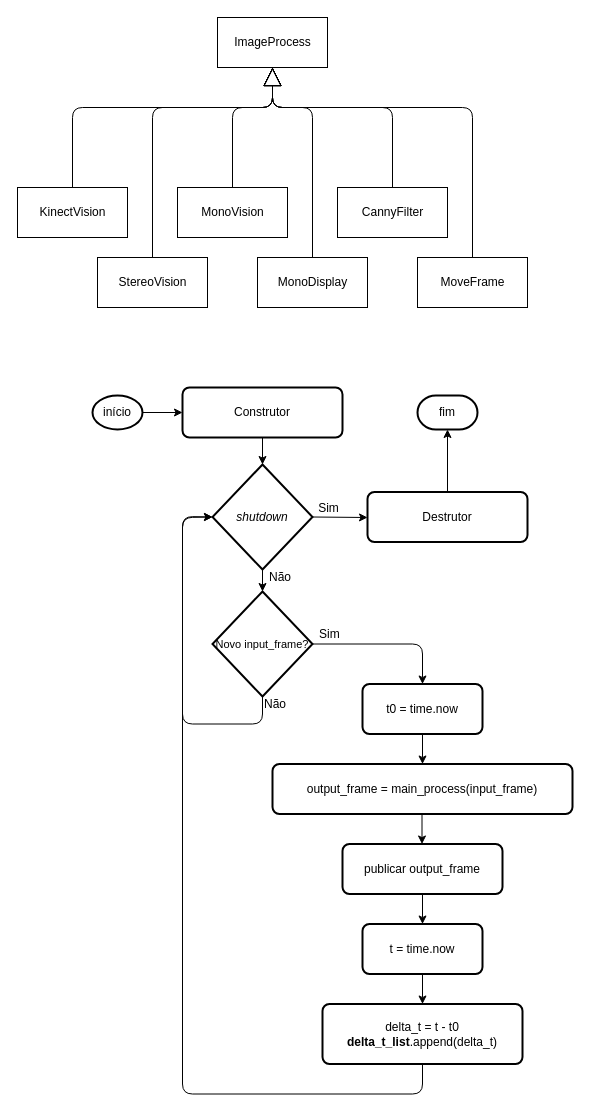
Earlier version of the draw.io diagram diagramas/image_process.drawio (bydansouza/ifscTCC). Source tidied: cells renumbered, new cells numbered last; positions are measured from the earlier drawing's top-left corner, leaving out a move shared by most shapes. Both pictures are drawn from the tidied source at 100%, with x=0, y=0 at pixel (17, 17).
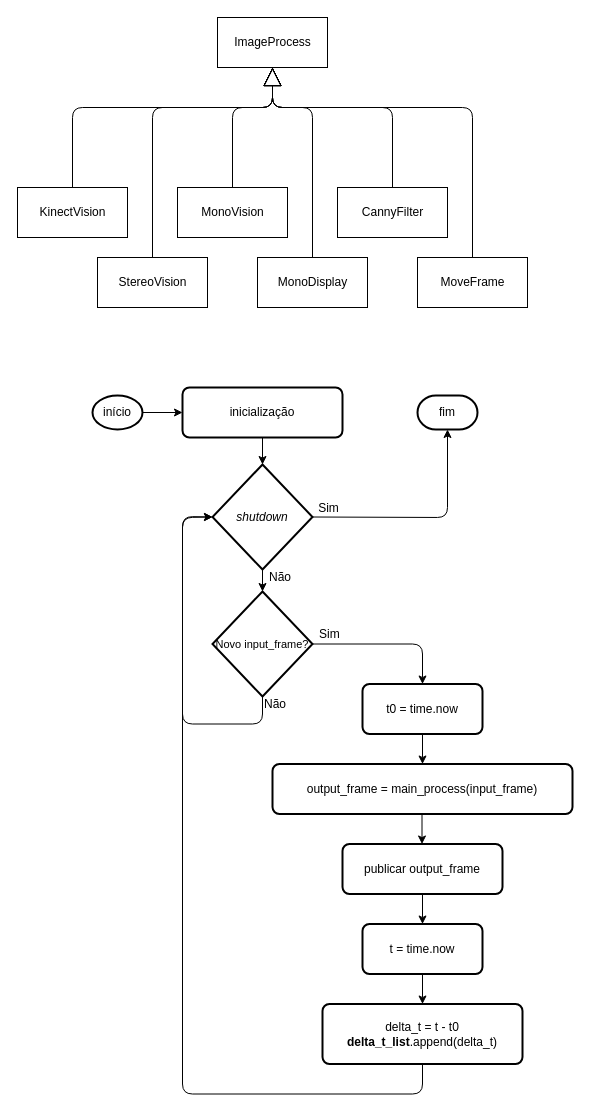
Above is the later version.

Unchanged cells that the change refers to:
```xml
<mxCell id="33" value="&lt;i&gt;shutdown&lt;/i&gt;" style="strokeWidth=2;html=1;shape=mxgraph.flowchart.decision;whiteSpace=wrap;" parent="1" vertex="1">
  <mxGeometry x="195" y="447" width="100" height="105" as="geometry" />
</mxCell>
<mxCell id="39" value="fim" style="strokeWidth=2;html=1;shape=mxgraph.flowchart.terminator;whiteSpace=wrap;" parent="1" vertex="1">
  <mxGeometry x="400" y="378" width="60" height="34" as="geometry" />
</mxCell>
```

The edit, as a diff of the source:
```diff
@@
-    <mxCell id="15" value="Construtor" style="rounded=1;whiteSpace=wrap;html=1;absoluteArcSize=1;arcSize=14;strokeWidth=2;" parent="1" vertex="1">
+    <mxCell id="15" value="inicialização" style="rounded=1;whiteSpace=wrap;html=1;absoluteArcSize=1;arcSize=14;strokeWidth=2;" parent="1" vertex="1">
       <mxGeometry x="165" y="370" width="160" height="50" as="geometry" />
     </mxCell>
@@
-    <mxCell id="37" style="endArrow=classic;html=1;exitX=1;exitY=0.5;exitDx=0;exitDy=0;exitPerimeter=0;" parent="1" edge="1" source="33">
+    <mxCell id="37" style="endArrow=classic;html=1;exitX=1;exitY=0.5;exitDx=0;exitDy=0;exitPerimeter=0;entryX=0.5;entryY=1;entryDx=0;entryDy=0;entryPerimeter=0;" parent="1" edge="1" source="33" target="39">
       <mxGeometry relative="1" as="geometry">
-        <mxPoint x="350" y="500" as="targetPoint" />
+        <Array as="points">
+          <mxPoint x="430" y="500" />
+        </Array>
       </mxGeometry>
     </mxCell>
     <mxCell id="38" value="Sim" style="text;html=1;align=center;verticalAlign=middle;labelBackgroundColor=#ffffff;" parent="37" vertex="1">
       <mxGeometry x="-0.49" y="2" relative="1" as="geometry">
-        <mxPoint x="1" y="-7.5" as="offset" />
+        <mxPoint x="-42" y="-7.5" as="offset" />
       </mxGeometry>
     </mxCell>
@@
-    <mxCell id="40" value="Destrutor" style="rounded=1;whiteSpace=wrap;html=1;absoluteArcSize=1;arcSize=14;strokeWidth=2;" parent="1" vertex="1">
-      <mxGeometry x="350" y="474.5" width="160" height="50" as="geometry" />
-    </mxCell>
-    <mxCell id="41" style="endArrow=classic;html=1;entryX=0.5;entryY=1;entryDx=0;entryDy=0;entryPerimeter=0;exitX=0.5;exitY=0;exitDx=0;exitDy=0;" parent="1" edge="1" source="40" target="39">
-      <mxGeometry relative="1" as="geometry" />
-    </mxCell>
```
